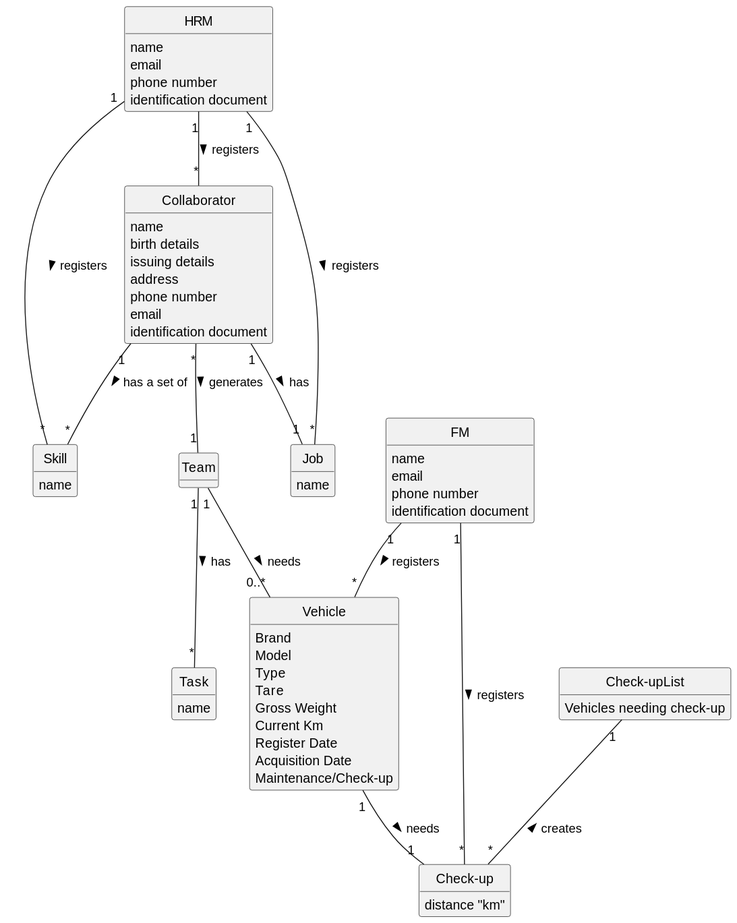
Earlier version of the PlantUML export docs/sprintB/global-artifacts/02.analysis/svg/project-domain-model.svg (Departamento-de-Engenharia-Informatica/lei-24-s2-1dl-g121).
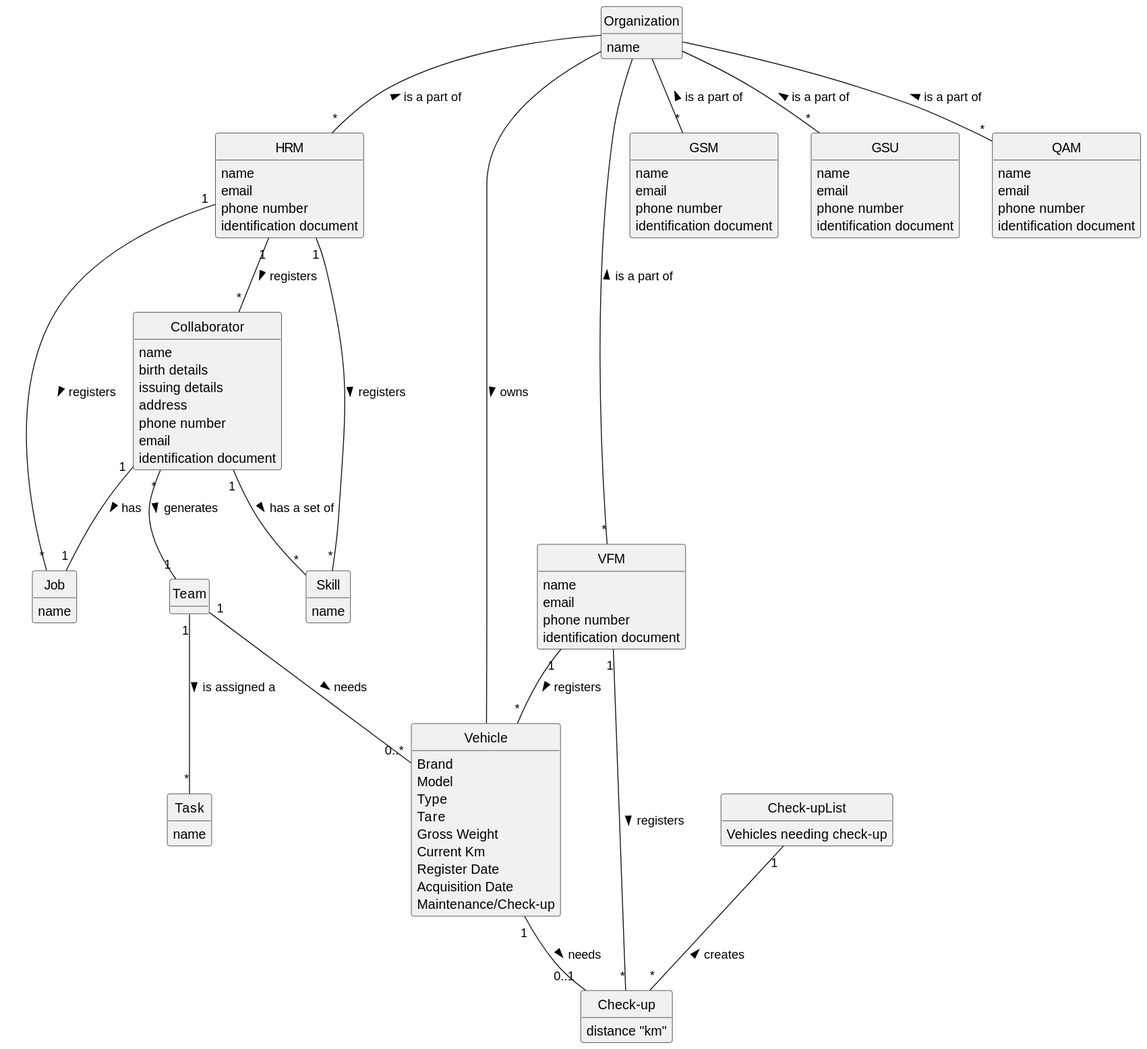
After the commit.

What changed in the source:
```diff
@@ -7,6 +7,9 @@
 hide methods
 
 
+class Organization{
+    name
+}
 
 class HRM{
     name
@@ -15,7 +18,28 @@
     identification document
 }
 
-class FM{
+class VFM{
+    name
+    email
+    phone number
+    identification document
+}
+
+class GSM{
+    name
+    email
+    phone number
+    identification document
+}
+
+class GSU{
+    name
+    email
+    phone number
+    identification document
+}
+
+class QAM{
     name
     email
     phone number
@@ -66,16 +90,23 @@
     Vehicles needing check-up
 }
 
+
+Organization -- "*" HRM : is a part of <
+Organization -- "*" VFM : is a part of <
+Organization -- "*" GSM : is a part of <
+Organization -- "*" GSU : is a part of <
+Organization -- "*" QAM : is a part of <
+Organization -- Vehicle : owns >
 HRM "1" -- "*" Skill : registers >
 HRM "1" -- "*" Job : registers >
 HRM "1" -- "*" Collaborator : registers >
 Collaborator "1" -- "*" Skill : has a set of >
 Collaborator "1" -- "1" Job : has >
 Collaborator "*" -- "1" Team : generates >
-Team "1" -- "*" Task : has >
-FM "1" -- "*" Vehicle : registers >
-FM "1" -- "*" "Check-up" : registers >
-Vehicle "1" -- "1" "Check-up" : needs >
+Team "1" -- "*" Task : is assigned a >
+VFM "1" -- "*" Vehicle : registers >
+VFM "1" -- "*" "Check-up" : registers >
+Vehicle "1" -- "0..1" "Check-up" : needs >
 Team "1" -- "0..*" Vehicle : needs >
 "Check-upList" "1" -- "*" "Check-up" :  creates <
 
```
